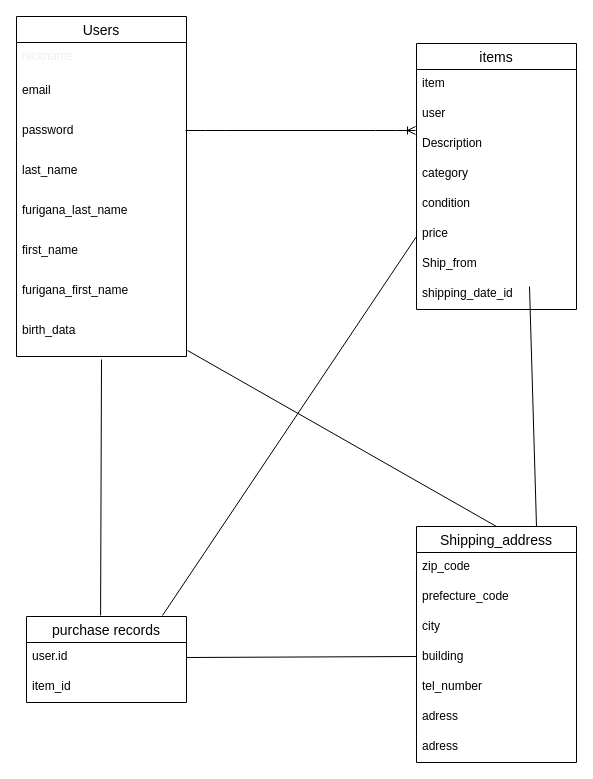
This is ER.dio from WataruOjima/furima-32489, a draw.io file, before an edit. Source tidied: cells renumbered, new cells numbered last; positions are measured from the earlier drawing's top-left corner, leaving out a move shared by most shapes. Both pictures are drawn from the tidied source at 100%, with x=0, y=0 at pixel (16, 16).
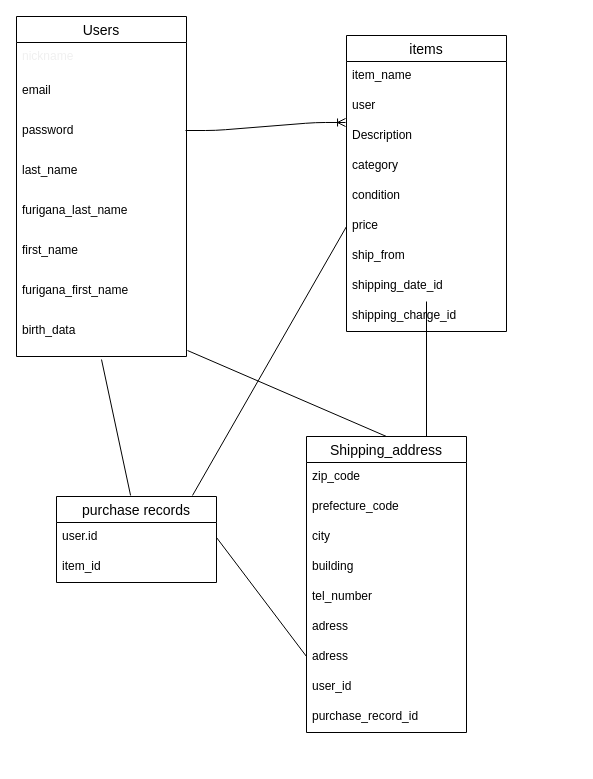
The same page after the edit.

Commit message (it also covers changes not shown here):
ER図、READMEの訂正４

The change refers to these unchanged cells:
```xml
<mxCell id="17" value="price" style="text;strokeColor=none;fillColor=none;spacingLeft=4;spacingRight=4;overflow=hidden;points=[[0,0.5],[1,0.5]];portConstraint=eastwest;fontSize=12;" parent="11" vertex="1">
  <mxGeometry y="176" width="160" height="30" as="geometry" />
</mxCell>
<mxCell id="19" value="shipping_date_id" style="text;strokeColor=none;fillColor=none;spacingLeft=4;spacingRight=4;overflow=hidden;points=[[0,0.5],[1,0.5]];portConstraint=eastwest;fontSize=12;" parent="11" vertex="1">
  <mxGeometry y="236" width="160" height="30" as="geometry" />
</mxCell>
<mxCell id="21" value="user.id" style="text;strokeColor=none;fillColor=none;spacingLeft=4;spacingRight=4;overflow=hidden;points=[[0,0.5],[1,0.5]];portConstraint=eastwest;fontSize=12;" parent="20" vertex="1">
  <mxGeometry y="26" width="160" height="30" as="geometry" />
</mxCell>
```

What changed in the source:
```diff
@@
     <mxCell id="11" value="items" style="swimlane;fontStyle=0;horizontal=1;startSize=26;align=center;fontSize=14;shadow=0;" parent="1" vertex="1">
-      <mxGeometry x="400" y="27" width="160" height="266" as="geometry" />
+      <mxGeometry x="330" y="19" width="160" height="296" as="geometry" />
     </mxCell>
-    <mxCell id="12" value="item" style="text;strokeColor=none;fillColor=none;spacingLeft=4;spacingRight=4;overflow=hidden;fontSize=12;" parent="11" vertex="1">
+    <mxCell id="12" value="item_name" style="text;strokeColor=none;fillColor=none;spacingLeft=4;spacingRight=4;overflow=hidden;fontSize=12;" parent="11" vertex="1">
       <mxGeometry y="26" width="160" height="30" as="geometry" />
     </mxCell>
@@
-    <mxCell id="18" value="Ship_from" style="text;strokeColor=none;fillColor=none;spacingLeft=4;spacingRight=4;overflow=hidden;fontSize=12;" parent="11" vertex="1">
+    <mxCell id="18" value="ship_from" style="text;strokeColor=none;fillColor=none;spacingLeft=4;spacingRight=4;overflow=hidden;fontSize=12;" parent="11" vertex="1">
       <mxGeometry y="206" width="160" height="30" as="geometry" />
     </mxCell>
@@
+    <mxCell id="37" value="shipping_charge_id" style="text;strokeColor=none;fillColor=none;spacingLeft=4;spacingRight=4;overflow=hidden;fontSize=12;" parent="11" vertex="1">
+      <mxGeometry y="266" width="160" height="30" as="geometry" />
+    </mxCell>
     <mxCell id="20" value="purchase records" style="swimlane;fontStyle=0;horizontal=1;startSize=26;align=center;fontSize=14;shadow=0;" parent="1" vertex="1">
-      <mxGeometry x="10" y="600" width="160" height="86" as="geometry" />
+      <mxGeometry x="40" y="480" width="160" height="86" as="geometry" />
     </mxCell>
@@
     <mxCell id="23" value="Shipping_address" style="swimlane;fontStyle=0;horizontal=1;startSize=26;align=center;fontSize=14;shadow=0;" parent="1" vertex="1">
-      <mxGeometry x="400" y="510" width="160" height="236" as="geometry" />
+      <mxGeometry x="290" y="420" width="160" height="296" as="geometry" />
     </mxCell>
@@
+    <mxCell id="38" value="user_id" style="text;strokeColor=none;fillColor=none;spacingLeft=4;spacingRight=4;overflow=hidden;fontSize=12;" parent="23" vertex="1">
+      <mxGeometry y="236" width="160" height="30" as="geometry" />
+    </mxCell>
+    <mxCell id="39" value="purchase_record_id" style="text;strokeColor=none;fillColor=none;spacingLeft=4;spacingRight=4;overflow=hidden;fontSize=12;" parent="23" vertex="1">
+      <mxGeometry y="266" width="160" height="30" as="geometry" />
+    </mxCell>
@@
     <mxCell id="33" style="endArrow=none;html=1;rounded=0;fontColor=#F0F0F0;exitX=1;exitY=0.5;exitDx=0;exitDy=0;" parent="1" edge="1" source="21">
       <mxGeometry relative="1" as="geometry">
-        <mxPoint x="400" y="640" as="targetPoint" />
+        <mxPoint x="290" y="640" as="targetPoint" />
       </mxGeometry>
     </mxCell>
@@
-    <mxCell id="35" style="endArrow=none;html=1;rounded=0;fontColor=#F0F0F0;entryX=0.85;entryY=-0.012;entryDx=0;entryDy=0;entryPerimeter=0;" parent="1" edge="1" target="20">
-      <mxGeometry relative="1" as="geometry">
-        <mxPoint x="400" y="220" as="sourcePoint" />
-      </mxGeometry>
+    <mxCell id="35" style="endArrow=none;html=1;rounded=0;fontColor=#F0F0F0;entryX=0.85;entryY=-0.012;entryDx=0;entryDy=0;entryPerimeter=0;exitX=0;exitY=0.5;exitDx=0;exitDy=0;" parent="1" edge="1" source="17" target="20">
+      <mxGeometry relative="1" as="geometry" />
     </mxCell>
-    <mxCell id="36" style="endArrow=none;html=1;rounded=0;fontColor=#F0F0F0;entryX=0.75;entryY=0;entryDx=0;entryDy=0;" parent="1" edge="1" target="23">
-      <mxGeometry relative="1" as="geometry">
-        <mxPoint x="513" y="270" as="sourcePoint" />
-      </mxGeometry>
+    <mxCell id="36" style="endArrow=none;html=1;rounded=0;fontColor=#F0F0F0;entryX=0.75;entryY=0;entryDx=0;entryDy=0;" parent="1" edge="1" source="19" target="23">
+      <mxGeometry relative="1" as="geometry" />
     </mxCell>
```
